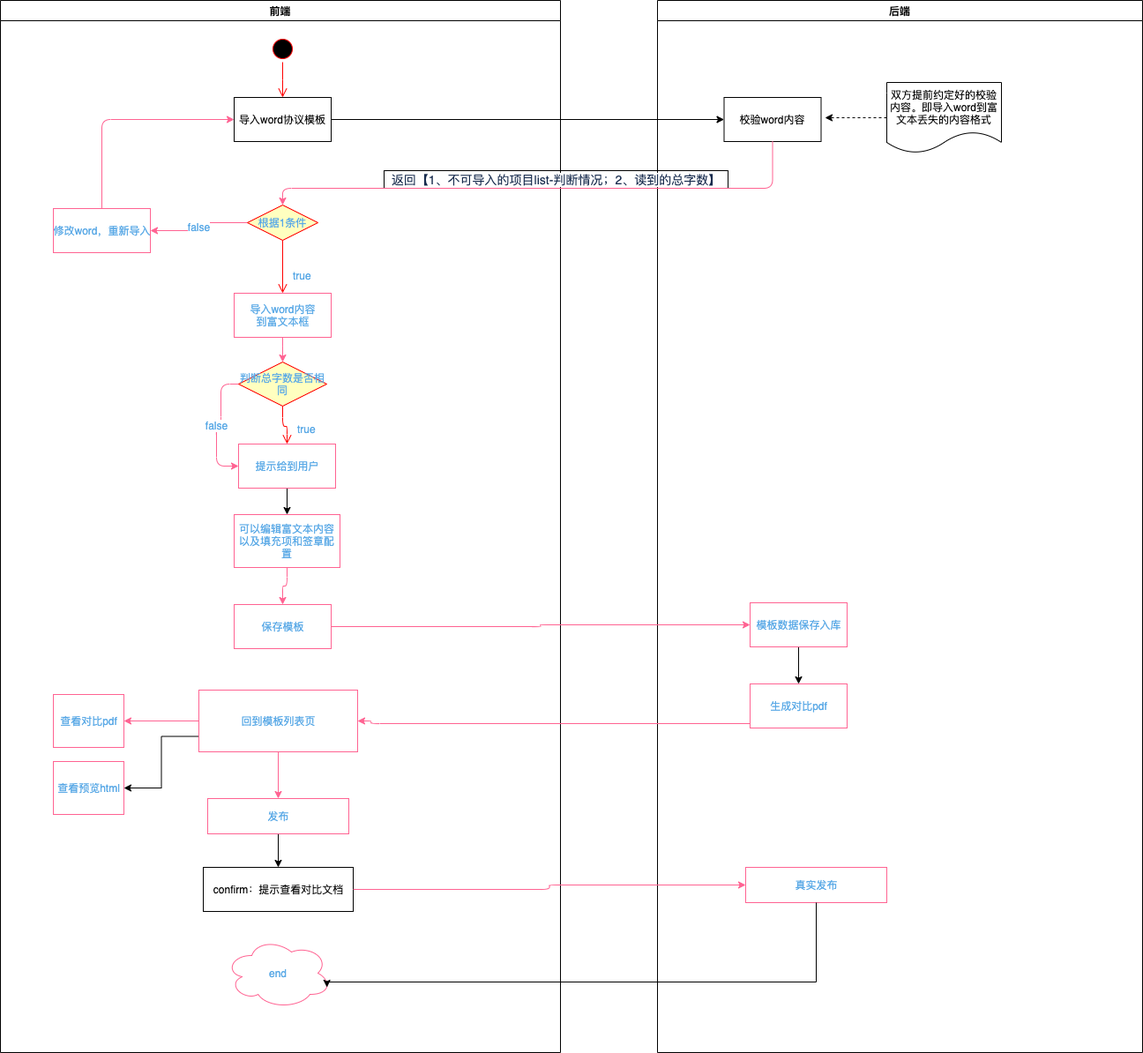
guoZD/draw keeps this draw.io diagram as 协议系统-协议模板导入.png. Above is the earlier version. Source tidied: cells renumbered, new cells last; positions are measured from the earlier drawing's top-left corner, leaving out a move shared by most shapes.
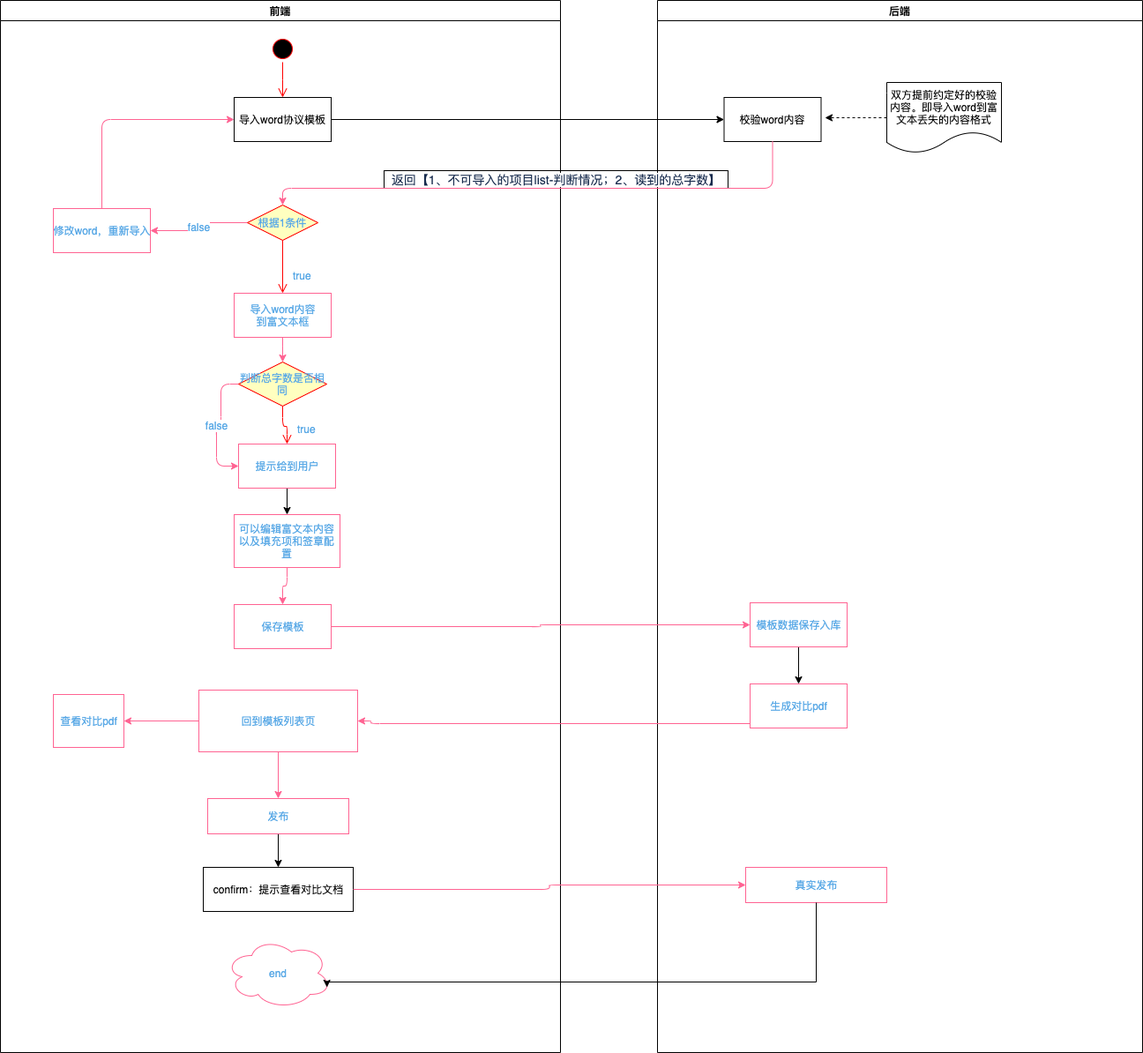
After the change.

Commit message:
Update 协议系统-协议模板导入.png

The edit, as a diff of the source:
```diff
@@ -82,9 +82,6 @@
     <mxCell id="22" style="edgeStyle=orthogonalEdgeStyle;curved=0;rounded=1;sketch=0;jettySize=auto;html=1;fontColor=#5AA9E6;strokeColor=#FF6392;fillColor=#FFE45E;" parent="2" edge="1" source="24" target="27">
       <mxGeometry relative="1" as="geometry" />
     </mxCell>
-    <mxCell id="23" style="edgeStyle=orthogonalEdgeStyle;rounded=0;jettySize=auto;html=1;exitX=0;exitY=0.75;exitDx=0;exitDy=0;entryX=1;entryY=0.5;entryDx=0;entryDy=0;" parent="2" edge="1" source="24" target="30">
-      <mxGeometry relative="1" as="geometry" />
-    </mxCell>
     <mxCell id="24" value="回到模板列表页" style="html=1;rounded=0;sketch=0;fontColor=#5AA9E6;strokeColor=#FF6392;fillColor=none;" parent="2" vertex="1">
       <mxGeometry x="225" y="782" width="180" height="70" as="geometry" />
     </mxCell>
@@ -103,9 +100,6 @@
     <mxCell id="29" value="confirm：提示查看对比文档" style="html=1;" parent="2" vertex="1">
       <mxGeometry x="230" y="983" width="170" height="50" as="geometry" />
     </mxCell>
-    <mxCell id="30" value="查看预览html" style="html=1;rounded=0;sketch=0;fontColor=#5AA9E6;strokeColor=#FF6392;fillColor=none;" parent="2" vertex="1">
-      <mxGeometry x="60" y="863" width="80" height="60" as="geometry" />
-    </mxCell>
     <mxCell id="31" value="后端" style="swimlane;whiteSpace=wrap;" parent="1" vertex="1">
       <mxGeometry x="745" width="550" height="1193" as="geometry" />
     </mxCell>
```
